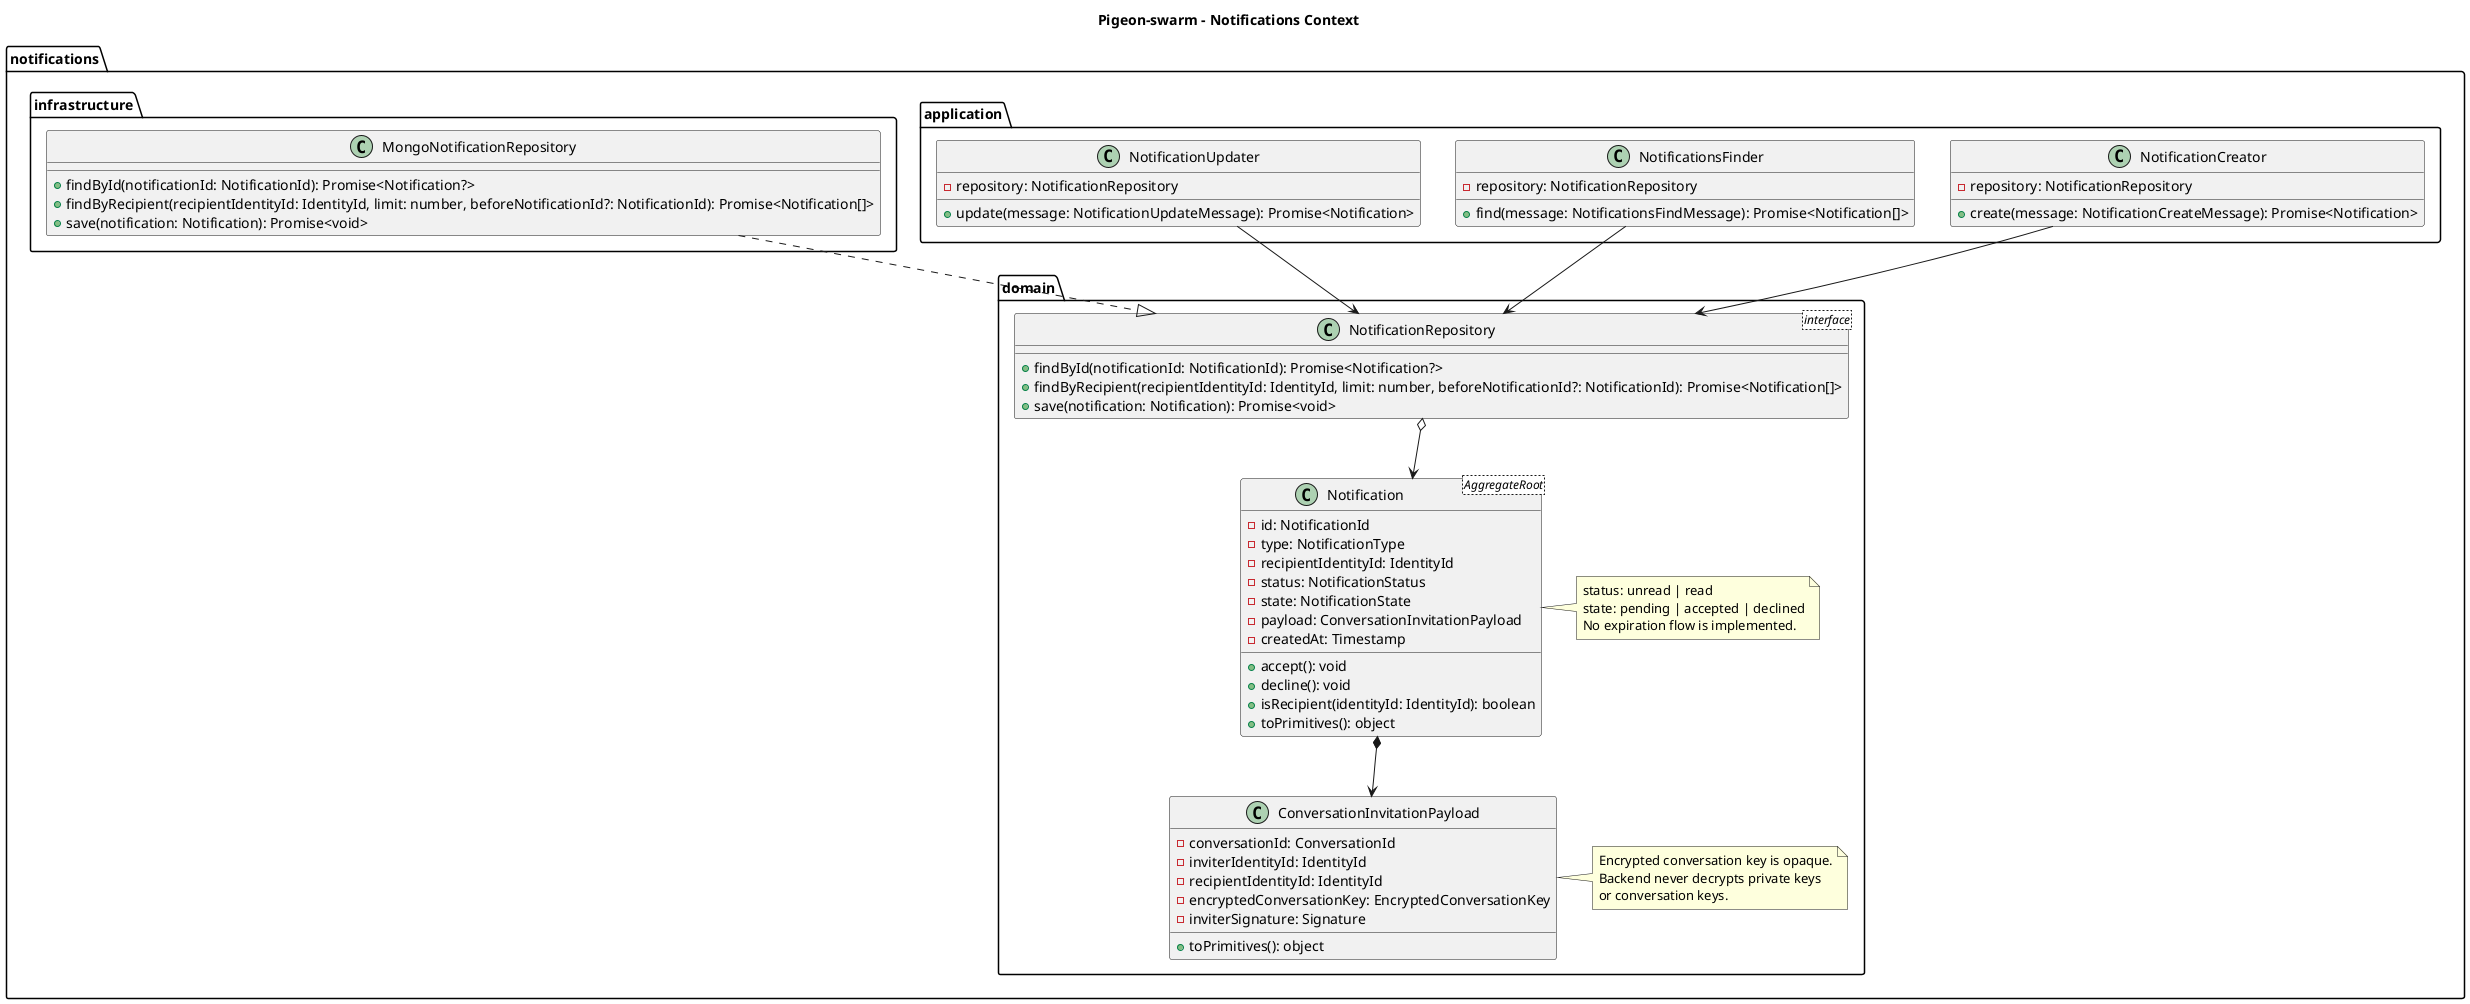
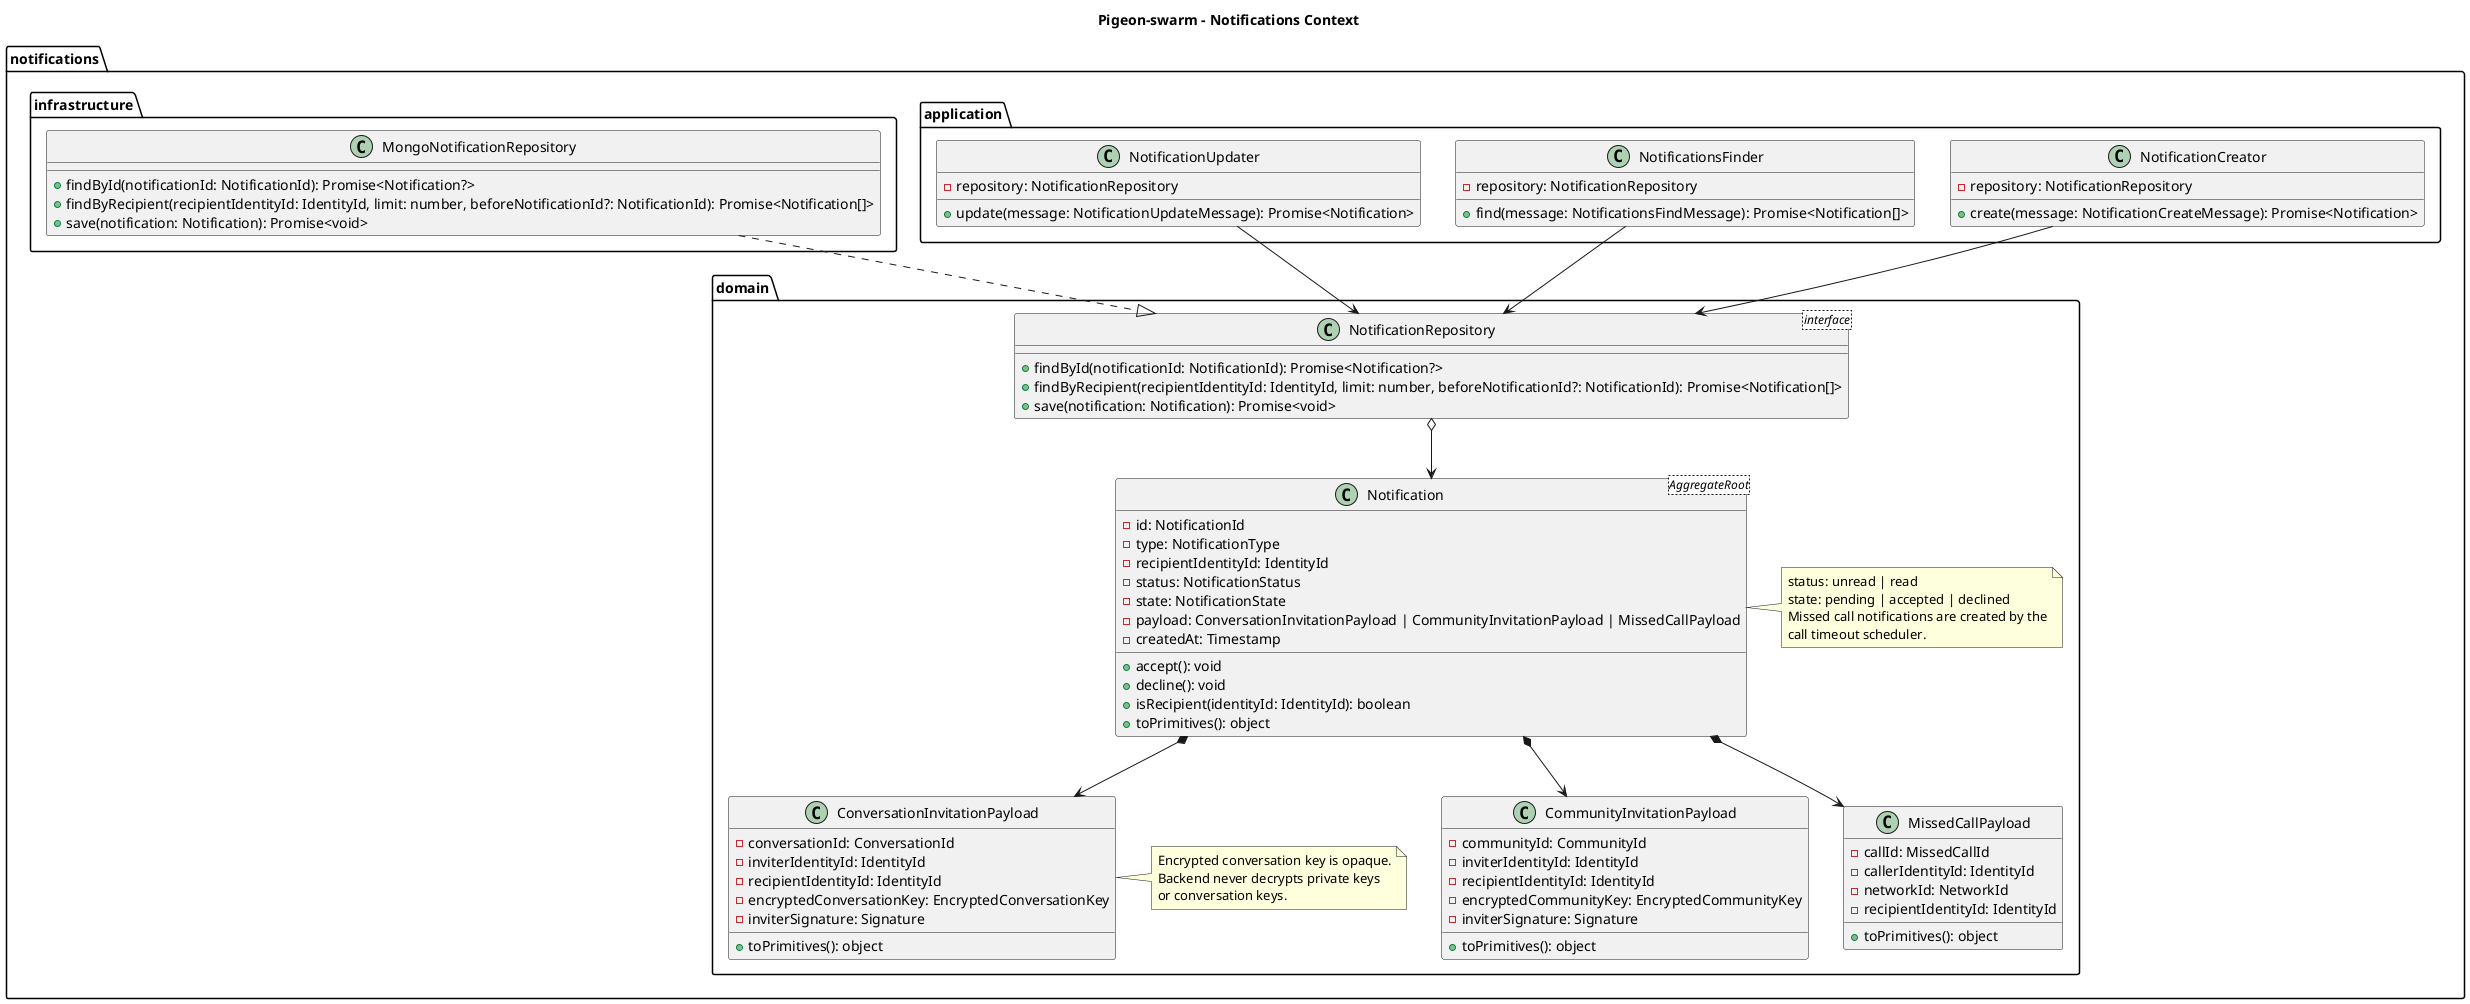
@startuml

title Pigeon-swarm - Notifications Context

package "notifications" {
  package "domain" {
    class Notification <AggregateRoot> {
      -id: NotificationId
      -type: NotificationType
      -recipientIdentityId: IdentityId
      -status: NotificationStatus
      -state: NotificationState
-       -payload: ConversationInvitationPayload
+       -payload: ConversationInvitationPayload | CommunityInvitationPayload | MissedCallPayload
      -createdAt: Timestamp
      +accept(): void
      +decline(): void
      +isRecipient(identityId: IdentityId): boolean
      +toPrimitives(): object
    }

    note right of Notification
      status: unread | read
      state: pending | accepted | declined
-       No expiration flow is implemented.
+       Missed call notifications are created by the
+       call timeout scheduler.
    end note

    class ConversationInvitationPayload {
      -conversationId: ConversationId
      -inviterIdentityId: IdentityId
      -recipientIdentityId: IdentityId
      -encryptedConversationKey: EncryptedConversationKey
      -inviterSignature: Signature
+       +toPrimitives(): object
+     }
+ 
+     class CommunityInvitationPayload {
+       -communityId: CommunityId
+       -inviterIdentityId: IdentityId
+       -recipientIdentityId: IdentityId
+       -encryptedCommunityKey: EncryptedCommunityKey
+       -inviterSignature: Signature
+       +toPrimitives(): object
+     }
+ 
+     class MissedCallPayload {
+       -callId: MissedCallId
+       -callerIdentityId: IdentityId
+       -networkId: NetworkId
+       -recipientIdentityId: IdentityId
      +toPrimitives(): object
    }

    note right of ConversationInvitationPayload
      Encrypted conversation key is opaque.
      Backend never decrypts private keys
      or conversation keys.
    end note

    class NotificationRepository <interface> {
      +findById(notificationId: NotificationId): Promise<Notification?>
      +findByRecipient(recipientIdentityId: IdentityId, limit: number, beforeNotificationId?: NotificationId): Promise<Notification[]>
      +save(notification: Notification): Promise<void>
    }

    Notification *--> ConversationInvitationPayload
+     Notification *--> CommunityInvitationPayload
+     Notification *--> MissedCallPayload
    NotificationRepository o--> Notification
  }

  package "application" {
    class NotificationCreator {
      -repository: NotificationRepository
      +create(message: NotificationCreateMessage): Promise<Notification>
    }

    class NotificationsFinder {
      -repository: NotificationRepository
      +find(message: NotificationsFindMessage): Promise<Notification[]>
    }

    class NotificationUpdater {
      -repository: NotificationRepository
      +update(message: NotificationUpdateMessage): Promise<Notification>
    }

    NotificationCreator --> NotificationRepository
    NotificationsFinder --> NotificationRepository
    NotificationUpdater --> NotificationRepository
  }

  package "infrastructure" {
    class MongoNotificationRepository {
      +findById(notificationId: NotificationId): Promise<Notification?>
      +findByRecipient(recipientIdentityId: IdentityId, limit: number, beforeNotificationId?: NotificationId): Promise<Notification[]>
      +save(notification: Notification): Promise<void>
    }

    MongoNotificationRepository ..|> NotificationRepository
  }
}

@enduml
